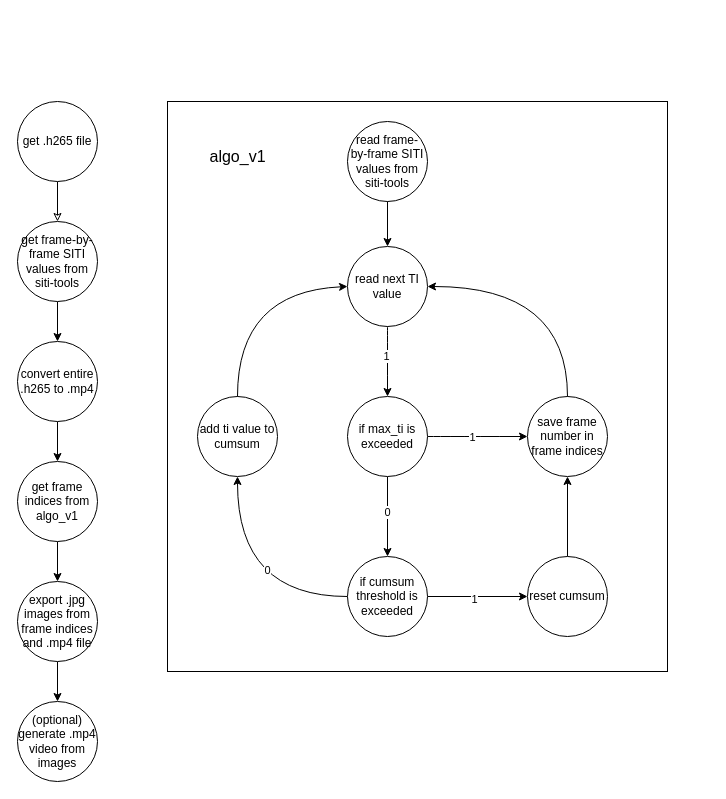
Earlier version of the draw.io diagram page "algo_v1" (1 of 4) of state_machine.drawio (McQueen24/34241_final-project). Source tidied: cells renumbered, new cells numbered last; positions are measured from the earlier drawing's top-left corner, leaving out a move shared by most shapes. Both pictures are drawn from the tidied source at 100%, with x=0, y=0 at pixel (17, 101).
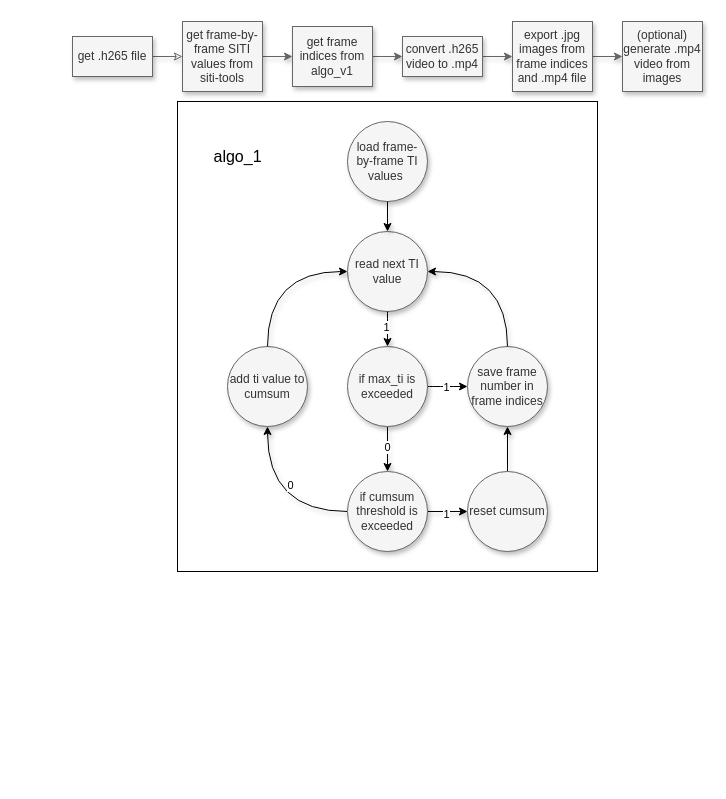
The same page after the edit.

Commit message (it also covers changes not shown here):
added algo2 illustration

Change to the diagram source:
```diff
@@
+    <mxCell id="35" style="rounded=0;whiteSpace=wrap;html=1;fillColor=none;" parent="1" vertex="1">
+      <mxGeometry x="160" width="420" height="470" as="geometry" />
+    </mxCell>
-    <mxCell id="2" value="read frame-by-frame SITI values from siti-tools" style="ellipse;whiteSpace=wrap;html=1;" parent="1" vertex="1">
+    <mxCell id="2" value="load frame-&lt;br&gt;by-frame TI values&amp;nbsp;" style="ellipse;whiteSpace=wrap;html=1;fillColor=#f5f5f5;fontColor=#333333;strokeColor=#666666;shadow=1;" parent="1" vertex="1">
       <mxGeometry x="330" y="20" width="80" height="80" as="geometry" />
     </mxCell>
@@
-    <mxCell id="5" style="edgeStyle=orthogonalEdgeStyle;rounded=0;jettySize=auto;html=1;" parent="1" edge="1" source="7" target="13">
+    <mxCell id="5" style="edgeStyle=orthogonalEdgeStyle;rounded=0;jettySize=auto;html=1;shadow=1;" parent="1" edge="1" source="7" target="13">
       <mxGeometry relative="1" as="geometry" />
     </mxCell>
@@
-    <mxCell id="7" value="if max_ti is exceeded" style="ellipse;whiteSpace=wrap;html=1;" parent="1" vertex="1">
-      <mxGeometry x="330" y="295" width="80" height="80" as="geometry" />
+    <mxCell id="7" value="if max_ti is exceeded" style="ellipse;whiteSpace=wrap;html=1;fillColor=#f5f5f5;fontColor=#333333;strokeColor=#666666;shadow=1;" parent="1" vertex="1">
+      <mxGeometry x="330" y="245" width="80" height="80" as="geometry" />
     </mxCell>
-    <mxCell id="8" value="save frame number in frame indices" style="ellipse;whiteSpace=wrap;html=1;" parent="1" vertex="1">
-      <mxGeometry x="510" y="295" width="80" height="80" as="geometry" />
+    <mxCell id="8" value="save frame number in frame indices" style="ellipse;whiteSpace=wrap;html=1;fillColor=#f5f5f5;fontColor=#333333;strokeColor=#666666;shadow=1;" parent="1" vertex="1">
+      <mxGeometry x="450" y="245" width="80" height="80" as="geometry" />
     </mxCell>
-    <mxCell id="9" style="edgeStyle=orthogonalEdgeStyle;rounded=0;jettySize=auto;html=1;curved=1;" parent="1" edge="1" source="13" target="30">
+    <mxCell id="9" style="edgeStyle=orthogonalEdgeStyle;rounded=0;jettySize=auto;html=1;curved=1;shadow=1;" parent="1" edge="1" source="13" target="30">
       <mxGeometry relative="1" as="geometry" />
     </mxCell>
@@
-    <mxCell id="11" style="edgeStyle=orthogonalEdgeStyle;rounded=0;jettySize=auto;html=1;" parent="1" edge="1" source="13" target="33">
+    <mxCell id="11" style="edgeStyle=orthogonalEdgeStyle;rounded=0;jettySize=auto;html=1;shadow=1;" parent="1" edge="1" source="13" target="33">
       <mxGeometry relative="1" as="geometry" />
     </mxCell>
@@
-    <mxCell id="13" value="if cumsum threshold is exceeded" style="ellipse;whiteSpace=wrap;html=1;" parent="1" vertex="1">
-      <mxGeometry x="330" y="455" width="80" height="80" as="geometry" />
+    <mxCell id="13" value="if cumsum threshold is exceeded" style="ellipse;whiteSpace=wrap;html=1;fillColor=#f5f5f5;fontColor=#333333;strokeColor=#666666;shadow=1;" parent="1" vertex="1">
+      <mxGeometry x="330" y="370" width="80" height="80" as="geometry" />
     </mxCell>
-    <mxCell id="14" value="read next TI value" style="ellipse;whiteSpace=wrap;html=1;" parent="1" vertex="1">
-      <mxGeometry x="330" y="145" width="80" height="80" as="geometry" />
+    <mxCell id="14" value="read next TI value" style="ellipse;whiteSpace=wrap;html=1;fillColor=#f5f5f5;fontColor=#333333;strokeColor=#666666;shadow=1;" parent="1" vertex="1">
+      <mxGeometry x="330" y="130" width="80" height="80" as="geometry" />
     </mxCell>
-    <mxCell id="15" style="endArrow=classic;html=1;rounded=0;entryX=0.5;entryY=0;entryDx=0;entryDy=0;exitX=0.5;exitY=1;exitDx=0;exitDy=0;curved=1;" parent="1" edge="1" source="14" target="7">
+    <mxCell id="15" style="endArrow=classic;html=1;rounded=0;entryX=0.5;entryY=0;entryDx=0;entryDy=0;exitX=0.5;exitY=1;exitDx=0;exitDy=0;curved=1;shadow=1;" parent="1" edge="1" source="14" target="7">
       <mxGeometry relative="1" as="geometry" />
     </mxCell>
@@
-    <mxCell id="17" style="endArrow=classic;html=1;rounded=0;entryX=1;entryY=0.5;entryDx=0;entryDy=0;exitX=0.5;exitY=0;exitDx=0;exitDy=0;curved=1;" parent="1" edge="1" source="8" target="14">
+    <mxCell id="17" style="endArrow=classic;html=1;rounded=0;entryX=1;entryY=0.5;entryDx=0;entryDy=0;exitX=0.5;exitY=0;exitDx=0;exitDy=0;curved=1;shadow=1;" parent="1" edge="1" source="8" target="14">
       <mxGeometry relative="1" as="geometry">
         <Array as="points">
-          <mxPoint x="550" y="185" />
+          <mxPoint x="490" y="170" />
         </Array>
       </mxGeometry>
     </mxCell>
-    <mxCell id="18" style="endArrow=classic;html=1;rounded=0;entryX=0.5;entryY=0;entryDx=0;entryDy=0;exitX=0.5;exitY=1;exitDx=0;exitDy=0;" parent="1" edge="1" source="2" target="14">
+    <mxCell id="18" style="endArrow=classic;html=1;rounded=0;entryX=0.5;entryY=0;entryDx=0;entryDy=0;exitX=0.5;exitY=1;exitDx=0;exitDy=0;shadow=1;" parent="1" edge="1" source="2" target="14">
       <mxGeometry relative="1" as="geometry" />
     </mxCell>
-    <mxCell id="19" style="edgeStyle=orthogonalEdgeStyle;rounded=0;jettySize=auto;html=1;startArrow=classic;startFill=0;endArrow=none;" parent="1" edge="1" source="21" target="22">
+    <mxCell id="19" style="edgeStyle=orthogonalEdgeStyle;rounded=0;jettySize=auto;html=1;startArrow=classic;startFill=0;endArrow=none;fillColor=#f5f5f5;strokeColor=#666666;shadow=1;" parent="1" edge="1" source="21" target="22">
       <mxGeometry relative="1" as="geometry" />
     </mxCell>
-    <mxCell id="20" style="edgeStyle=orthogonalEdgeStyle;rounded=0;jettySize=auto;html=1;" parent="1" edge="1" source="21" target="24">
+    <mxCell id="20" style="edgeStyle=orthogonalEdgeStyle;rounded=0;jettySize=auto;html=1;fillColor=#f5f5f5;strokeColor=#666666;shadow=1;" parent="1" edge="1" source="21" target="24">
       <mxGeometry relative="1" as="geometry" />
     </mxCell>
-    <mxCell id="21" value="get frame-by-frame SITI values from siti-tools" style="ellipse;whiteSpace=wrap;html=1;" parent="1" vertex="1">
-      <mxGeometry y="120" width="80" height="80" as="geometry" />
+    <mxCell id="21" value="get frame-by-frame SITI values from siti-tools" style="whiteSpace=wrap;html=1;rounded=0;fillColor=#f5f5f5;fontColor=#333333;strokeColor=#666666;shadow=1;direction=east;" parent="1" vertex="1">
+      <mxGeometry x="165" y="-80" width="80" height="70" as="geometry" />
     </mxCell>
-    <mxCell id="22" value="get .h265 file" style="ellipse;whiteSpace=wrap;html=1;" parent="1" vertex="1">
-      <mxGeometry width="80" height="80" as="geometry" />
+    <mxCell id="22" value="get .h265 file" style="whiteSpace=wrap;html=1;rounded=0;fillColor=#f5f5f5;fontColor=#333333;strokeColor=#666666;shadow=1;direction=east;" parent="1" vertex="1">
+      <mxGeometry x="55" y="-65" width="80" height="40" as="geometry" />
     </mxCell>
-    <mxCell id="23" style="edgeStyle=orthogonalEdgeStyle;rounded=0;jettySize=auto;html=1;" parent="1" edge="1" source="24" target="26">
+    <mxCell id="23" style="edgeStyle=orthogonalEdgeStyle;rounded=0;jettySize=auto;html=1;fillColor=#f5f5f5;strokeColor=#666666;shadow=1;" parent="1" edge="1" source="24" target="26">
       <mxGeometry relative="1" as="geometry" />
     </mxCell>
-    <mxCell id="24" value="convert entire .h265 to .mp4" style="ellipse;whiteSpace=wrap;html=1;" parent="1" vertex="1">
-      <mxGeometry y="240" width="80" height="80" as="geometry" />
+    <mxCell id="24" value="get frame indices from algo_v1" style="whiteSpace=wrap;html=1;rounded=0;fillColor=#f5f5f5;fontColor=#333333;strokeColor=#666666;shadow=1;direction=east;" parent="1" vertex="1">
+      <mxGeometry x="275" y="-75" width="80" height="60" as="geometry" />
     </mxCell>
-    <mxCell id="25" style="edgeStyle=orthogonalEdgeStyle;rounded=0;jettySize=auto;html=1;" parent="1" edge="1" source="26" target="28">
+    <mxCell id="25" style="edgeStyle=orthogonalEdgeStyle;rounded=0;jettySize=auto;html=1;fillColor=#f5f5f5;strokeColor=#666666;shadow=1;" parent="1" edge="1" source="26" target="28">
       <mxGeometry relative="1" as="geometry" />
     </mxCell>
-    <mxCell id="26" value="get frame indices from algo_v1" style="ellipse;whiteSpace=wrap;html=1;" parent="1" vertex="1">
-      <mxGeometry y="360" width="80" height="80" as="geometry" />
+    <mxCell id="26" value="convert .h265 video to .mp4" style="whiteSpace=wrap;html=1;rounded=0;fillColor=#f5f5f5;fontColor=#333333;strokeColor=#666666;shadow=1;direction=east;" parent="1" vertex="1">
+      <mxGeometry x="385" y="-65" width="80" height="40" as="geometry" />
     </mxCell>
-    <mxCell id="27" style="edgeStyle=orthogonalEdgeStyle;rounded=0;jettySize=auto;html=1;" parent="1" edge="1" source="28" target="29">
+    <mxCell id="27" style="edgeStyle=orthogonalEdgeStyle;rounded=0;jettySize=auto;html=1;fillColor=#f5f5f5;strokeColor=#666666;shadow=1;" parent="1" edge="1" source="28" target="29">
       <mxGeometry relative="1" as="geometry" />
     </mxCell>
-    <mxCell id="28" value="export .jpg images from frame indices and .mp4 file" style="ellipse;whiteSpace=wrap;html=1;" parent="1" vertex="1">
-      <mxGeometry y="480" width="80" height="80" as="geometry" />
+    <mxCell id="28" value="export .jpg images from frame indices and .mp4 file" style="whiteSpace=wrap;html=1;rounded=0;fillColor=#f5f5f5;fontColor=#333333;strokeColor=#666666;shadow=1;direction=east;" parent="1" vertex="1">
+      <mxGeometry x="495" y="-80" width="80" height="70" as="geometry" />
     </mxCell>
-    <mxCell id="29" value="(optional)&lt;br&gt;generate .mp4 video from images" style="ellipse;whiteSpace=wrap;html=1;" parent="1" vertex="1">
-      <mxGeometry y="600" width="80" height="80" as="geometry" />
+    <mxCell id="29" value="(optional)&lt;br&gt;generate .mp4 video from images" style="whiteSpace=wrap;html=1;rounded=0;fillColor=#f5f5f5;fontColor=#333333;strokeColor=#666666;shadow=1;direction=east;" parent="1" vertex="1">
+      <mxGeometry x="605" y="-80" width="80" height="70" as="geometry" />
     </mxCell>
-    <mxCell id="30" value="add ti value to cumsum" style="ellipse;whiteSpace=wrap;html=1;" parent="1" vertex="1">
-      <mxGeometry x="180" y="295" width="80" height="80" as="geometry" />
+    <mxCell id="30" value="add ti value to cumsum" style="ellipse;whiteSpace=wrap;html=1;fillColor=#f5f5f5;fontColor=#333333;strokeColor=#666666;shadow=1;" parent="1" vertex="1">
+      <mxGeometry x="210" y="245" width="80" height="80" as="geometry" />
     </mxCell>
-    <mxCell id="31" style="endArrow=classic;html=1;rounded=0;exitX=0.5;exitY=0;exitDx=0;exitDy=0;entryX=0;entryY=0.5;entryDx=0;entryDy=0;curved=1;" parent="1" edge="1" source="30" target="14">
+    <mxCell id="31" style="endArrow=classic;html=1;rounded=0;exitX=0.5;exitY=0;exitDx=0;exitDy=0;entryX=0;entryY=0.5;entryDx=0;entryDy=0;curved=1;shadow=1;" parent="1" edge="1" source="30" target="14">
       <mxGeometry relative="1" as="geometry">
         <Array as="points">
-          <mxPoint x="220" y="190" />
+          <mxPoint x="250" y="170" />
         </Array>
       </mxGeometry>
     </mxCell>
-    <mxCell id="32" style="edgeStyle=orthogonalEdgeStyle;rounded=0;jettySize=auto;html=1;" parent="1" edge="1" source="33" target="8">
+    <mxCell id="32" style="edgeStyle=orthogonalEdgeStyle;rounded=0;jettySize=auto;html=1;shadow=1;" parent="1" edge="1" source="33" target="8">
       <mxGeometry relative="1" as="geometry" />
     </mxCell>
-    <mxCell id="33" value="reset cumsum" style="ellipse;whiteSpace=wrap;html=1;" parent="1" vertex="1">
-      <mxGeometry x="510" y="455" width="80" height="80" as="geometry" />
+    <mxCell id="33" value="reset cumsum" style="ellipse;whiteSpace=wrap;html=1;fillColor=#f5f5f5;fontColor=#333333;strokeColor=#666666;shadow=1;" parent="1" vertex="1">
+      <mxGeometry x="450" y="370" width="80" height="80" as="geometry" />
     </mxCell>
-    <mxCell id="34" value="algo_v1" style="text;html=1;align=center;verticalAlign=middle;strokeColor=none;fillColor=none;fontSize=16;" parent="1" vertex="1">
-      <mxGeometry x="180" y="40" width="80" height="30" as="geometry" />
+    <mxCell id="34" value="algo_1" style="text;html=1;align=center;verticalAlign=middle;strokeColor=none;fillColor=none;fontSize=16;" parent="1" vertex="1">
+      <mxGeometry x="185" y="40" width="70" height="30" as="geometry" />
     </mxCell>
-    <mxCell id="35" style="rounded=0;whiteSpace=wrap;html=1;fillColor=none;" parent="1" vertex="1">
-      <mxGeometry x="150" width="500" height="570" as="geometry" />
-    </mxCell>
```
